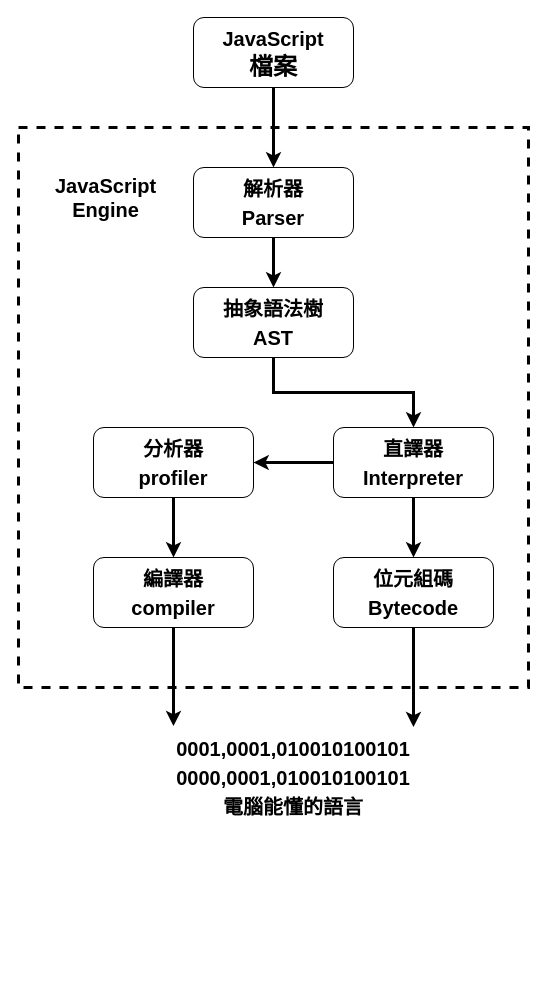
Before: source/_drafts/iron-2020-new/draw/2-1-JavaScript-Life-Cycle.drawio in shawnlin0201/shawnlin0201.github.io, a draw.io diagram. Source tidied: cells renumbered, new cells numbered last; positions are measured from the earlier drawing's top-left corner, leaving out a move shared by most shapes. Both pictures are drawn from the tidied source at 100%, with x=0, y=0 at pixel (18, 17).
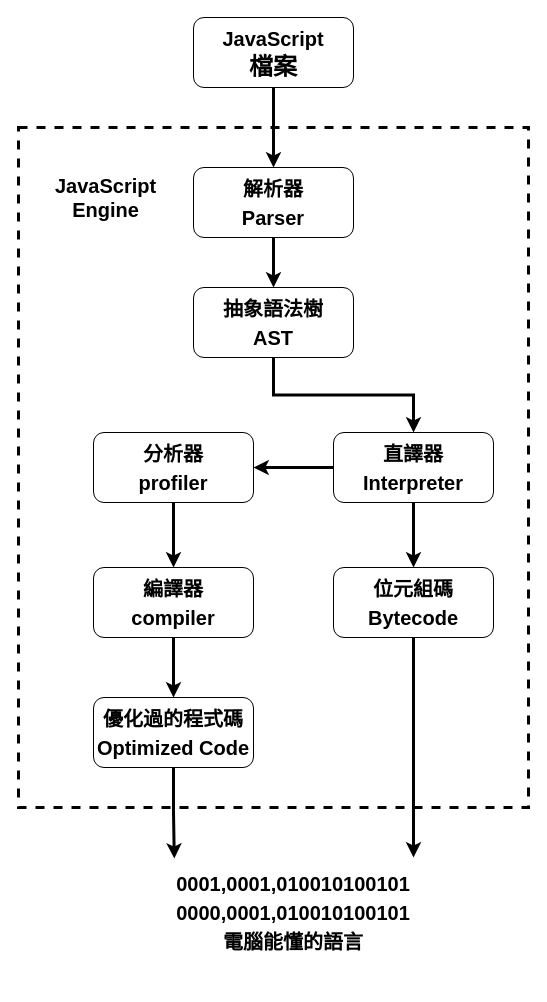
The same diagram, later.

Change to the diagram source:
```diff
@@
     <mxCell id="2" style="rounded=0;whiteSpace=wrap;html=1;fontFamily=微軟正黑體;fontSize=24;fontStyle=1;fillColor=none;strokeWidth=3;dashed=1;" parent="1" vertex="1">
-      <mxGeometry y="110" width="510" height="560" as="geometry" />
+      <mxGeometry y="110" width="510" height="680" as="geometry" />
     </mxCell>
@@
     <mxCell id="9" value="&lt;span style=&quot;font-size: 20px&quot;&gt;直譯器&lt;br&gt;Interpreter&lt;br&gt;&lt;/span&gt;" style="rounded=1;whiteSpace=wrap;html=1;fontFamily=微軟正黑體;fontSize=24;fontStyle=1;" parent="1" vertex="1">
-      <mxGeometry x="315" y="410" width="160" height="70" as="geometry" />
+      <mxGeometry x="315" y="415" width="160" height="70" as="geometry" />
     </mxCell>
@@
     <mxCell id="11" value="&lt;span style=&quot;font-size: 20px&quot;&gt;分析器&lt;br&gt;profiler&lt;br&gt;&lt;/span&gt;" style="rounded=1;whiteSpace=wrap;html=1;fontFamily=微軟正黑體;fontSize=24;fontStyle=1;" parent="1" vertex="1">
-      <mxGeometry x="75" y="410" width="160" height="70" as="geometry" />
+      <mxGeometry x="75" y="415" width="160" height="70" as="geometry" />
     </mxCell>
-    <mxCell id="12" style="edgeStyle=orthogonalEdgeStyle;rounded=0;jettySize=auto;html=1;entryX=0.2;entryY=-0.014;entryDx=0;entryDy=0;entryPerimeter=0;strokeWidth=3;" parent="1" edge="1" source="13" target="18">
-      <mxGeometry relative="1" as="geometry" />
-    </mxCell>
+    <mxCell id="20" style="edgeStyle=orthogonalEdgeStyle;rounded=0;jettySize=auto;html=1;strokeWidth=3;fontFamily=微軟正黑體;" parent="1" edge="1" source="13" target="22">
+      <mxGeometry relative="1" as="geometry" />
+    </mxCell>
     <mxCell id="13" value="&lt;span style=&quot;font-size: 20px&quot;&gt;編譯器&lt;br&gt;compiler&lt;br&gt;&lt;/span&gt;" style="rounded=1;whiteSpace=wrap;html=1;fontFamily=微軟正黑體;fontSize=24;fontStyle=1;" parent="1" vertex="1">
-      <mxGeometry x="75" y="540" width="160" height="70" as="geometry" />
+      <mxGeometry x="75" y="550" width="160" height="70" as="geometry" />
     </mxCell>
+    <mxCell id="21" style="edgeStyle=orthogonalEdgeStyle;rounded=0;jettySize=auto;html=1;entryX=0.202;entryY=0.009;entryDx=0;entryDy=0;entryPerimeter=0;strokeWidth=3;fontFamily=微軟正黑體;" parent="1" edge="1" source="22" target="18">
+      <mxGeometry relative="1" as="geometry" />
+    </mxCell>
+    <mxCell id="22" value="&lt;span style=&quot;font-size: 20px&quot;&gt;優化過的程式碼&lt;br&gt;Optimized Code&lt;br&gt;&lt;/span&gt;" style="rounded=1;whiteSpace=wrap;html=1;fontFamily=微軟正黑體;fontSize=24;fontStyle=1;" parent="1" vertex="1">
+      <mxGeometry x="75" y="680" width="160" height="70" as="geometry" />
+    </mxCell>
-    <mxCell id="14" style="edgeStyle=orthogonalEdgeStyle;rounded=0;jettySize=auto;html=1;entryX=0.8;entryY=-0.004;entryDx=0;entryDy=0;entryPerimeter=0;strokeWidth=3;" parent="1" edge="1" source="15" target="18">
+    <mxCell id="14" style="edgeStyle=orthogonalEdgeStyle;rounded=0;jettySize=auto;html=1;entryX=0.8;entryY=0;entryDx=0;entryDy=0;entryPerimeter=0;strokeWidth=3;fontFamily=微軟正黑體;" parent="1" edge="1" source="15" target="18">
       <mxGeometry relative="1" as="geometry" />
     </mxCell>
     <mxCell id="15" value="&lt;span style=&quot;font-size: 20px&quot;&gt;位元組碼&lt;br&gt;Bytecode&lt;br&gt;&lt;/span&gt;" style="rounded=1;whiteSpace=wrap;html=1;fontFamily=微軟正黑體;fontSize=24;fontStyle=1;" parent="1" vertex="1">
-      <mxGeometry x="315" y="540" width="160" height="70" as="geometry" />
+      <mxGeometry x="315" y="550" width="160" height="70" as="geometry" />
     </mxCell>
@@
     <mxCell id="18" value="&lt;span style=&quot;font-size: 20px&quot;&gt;&lt;br&gt;0001,0001,010010100101&lt;br&gt;0000,0001,010010100101&lt;br&gt;&lt;/span&gt;&lt;b style=&quot;font-size: 20px&quot;&gt;電腦能懂的語言&lt;/b&gt;&lt;span style=&quot;font-size: 20px&quot;&gt;&lt;br&gt;&lt;br&gt;&lt;/span&gt;" style="rounded=1;whiteSpace=wrap;html=1;fontFamily=微軟正黑體;fontSize=24;fontStyle=1;strokeColor=none;fillColor=none;" parent="1" vertex="1">
-      <mxGeometry x="75" y="710" width="400" height="100" as="geometry" />
+      <mxGeometry x="75" y="840" width="400" height="110" as="geometry" />
     </mxCell>
```
